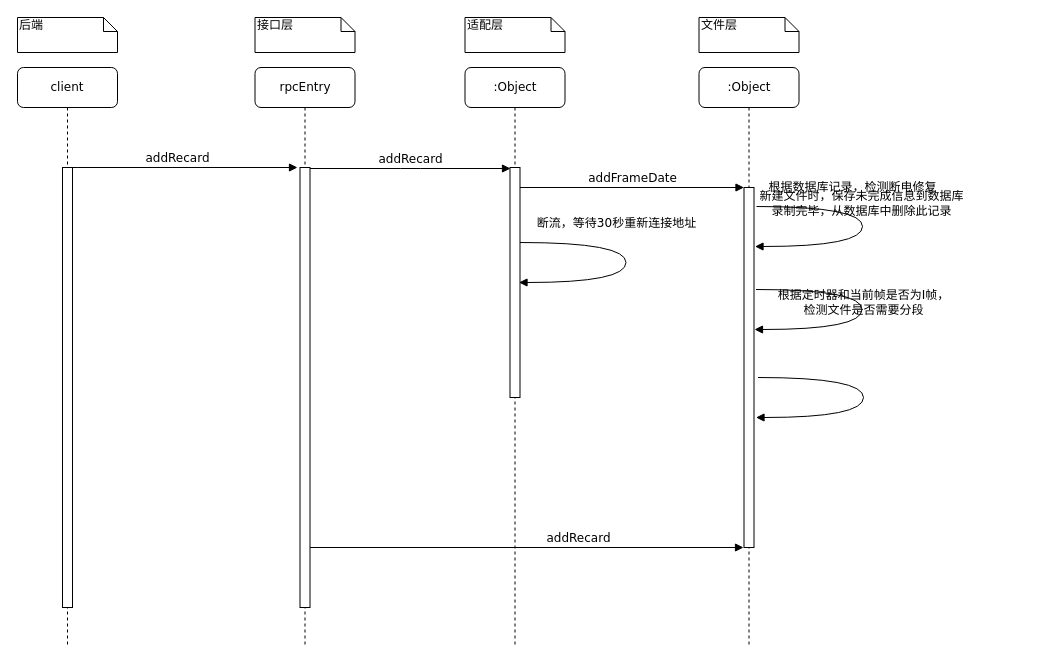
This is lookUpLessonSequenceDiagram.drawio from huangPeiLc/drawio, a draw.io file, before an edit. Source tidied: cells renumbered, new cells numbered last; positions are measured from the earlier drawing's top-left corner, leaving out a move shared by most shapes. Both pictures are drawn from the tidied source at 100%, with x=0, y=0 at pixel (17, 17).
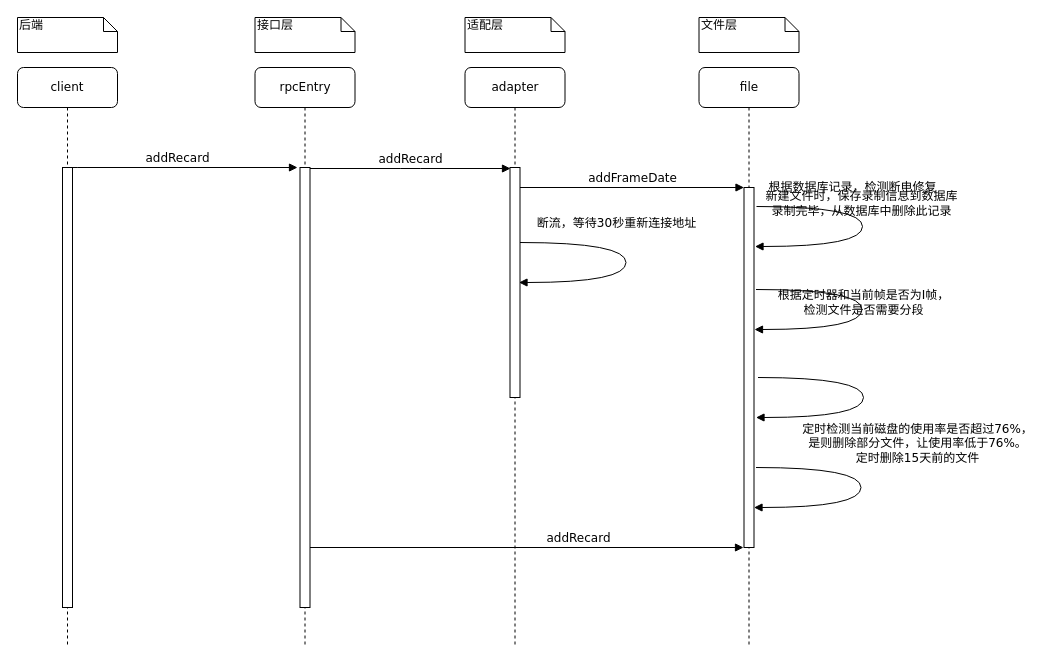
The same diagram, later.

The edit, as a diff of the source:
```diff
@@
-    <mxCell id="2" value=":Object" style="shape=umlLifeline;perimeter=lifelinePerimeter;whiteSpace=wrap;html=1;rounded=1;shadow=0;comic=0;labelBackgroundColor=none;strokeColor=#000000;strokeWidth=1;fillColor=#FFFFFF;fontFamily=Verdana;fontSize=12;fontColor=#000000;align=center;" parent="1" vertex="1">
+    <mxCell id="2" value="adapter" style="shape=umlLifeline;perimeter=lifelinePerimeter;whiteSpace=wrap;html=1;rounded=1;shadow=0;comic=0;labelBackgroundColor=none;strokeColor=#000000;strokeWidth=1;fillColor=#FFFFFF;fontFamily=Verdana;fontSize=12;fontColor=#000000;align=center;" parent="1" vertex="1">
       <mxGeometry x="447.5" y="50" width="100" height="580" as="geometry" />
     </mxCell>
@@
-    <mxCell id="4" value=":Object" style="shape=umlLifeline;perimeter=lifelinePerimeter;whiteSpace=wrap;html=1;rounded=1;shadow=0;comic=0;labelBackgroundColor=none;strokeColor=#000000;strokeWidth=1;fillColor=#FFFFFF;fontFamily=Verdana;fontSize=12;fontColor=#000000;align=center;" parent="1" vertex="1">
+    <mxCell id="4" value="file" style="shape=umlLifeline;perimeter=lifelinePerimeter;whiteSpace=wrap;html=1;rounded=1;shadow=0;comic=0;labelBackgroundColor=none;strokeColor=#000000;strokeWidth=1;fillColor=#FFFFFF;fontFamily=Verdana;fontSize=12;fontColor=#000000;align=center;" parent="1" vertex="1">
       <mxGeometry x="681.5" y="50" width="100" height="580" as="geometry" />
     </mxCell>
@@
-    <mxCell id="19" value="&lt;div&gt;新建文件时，保存未完成信息到数据库&lt;/div&gt;&lt;div&gt;录制完毕，从数据库中删除此记录&lt;br&gt;&lt;/div&gt;" style="html=1;verticalAlign=bottom;endArrow=block;labelBackgroundColor=none;fontFamily=Verdana;fontSize=12;elbow=vertical;edgeStyle=orthogonalEdgeStyle;curved=1;" parent="1" edge="1">
+    <mxCell id="19" value="&lt;div&gt;新建文件时，保存录制信息到数据库&lt;/div&gt;&lt;div&gt;录制完毕，从数据库中删除此记录&lt;br&gt;&lt;/div&gt;" style="html=1;verticalAlign=bottom;endArrow=block;labelBackgroundColor=none;fontFamily=Verdana;fontSize=12;elbow=vertical;edgeStyle=orthogonalEdgeStyle;curved=1;" parent="1" edge="1">
       <mxGeometry x="-0.17" y="69" relative="1" as="geometry">
         <mxPoint x="738.5" y="272" as="sourcePoint" />
         <mxPoint x="737" y="312" as="targetPoint" />
         <Array as="points">
           <mxPoint x="844.5" y="272" />
           <mxPoint x="844.5" y="312" />
         </Array>
       </mxGeometry>
     </mxCell>
@@
+    <mxCell id="22" value="&lt;div&gt;定时检测当前磁盘的使用率是否超过76%，&lt;/div&gt;&lt;div&gt;是则删除部分文件，让使用率低于76%。&lt;/div&gt;&lt;div&gt;定时删除15天前的文件&lt;br&gt;&lt;/div&gt;" style="html=1;verticalAlign=bottom;endArrow=block;labelBackgroundColor=none;fontFamily=Verdana;fontSize=12;elbow=vertical;edgeStyle=orthogonalEdgeStyle;curved=1;" parent="1" edge="1">
+      <mxGeometry x="-0.17" y="56" relative="1" as="geometry">
+        <mxPoint x="738.5" y="450" as="sourcePoint" />
+        <mxPoint x="736.5" y="490" as="targetPoint" />
+        <Array as="points">
+          <mxPoint x="843.5" y="450" />
+          <mxPoint x="843.5" y="490" />
+        </Array>
+      </mxGeometry>
+    </mxCell>
```
